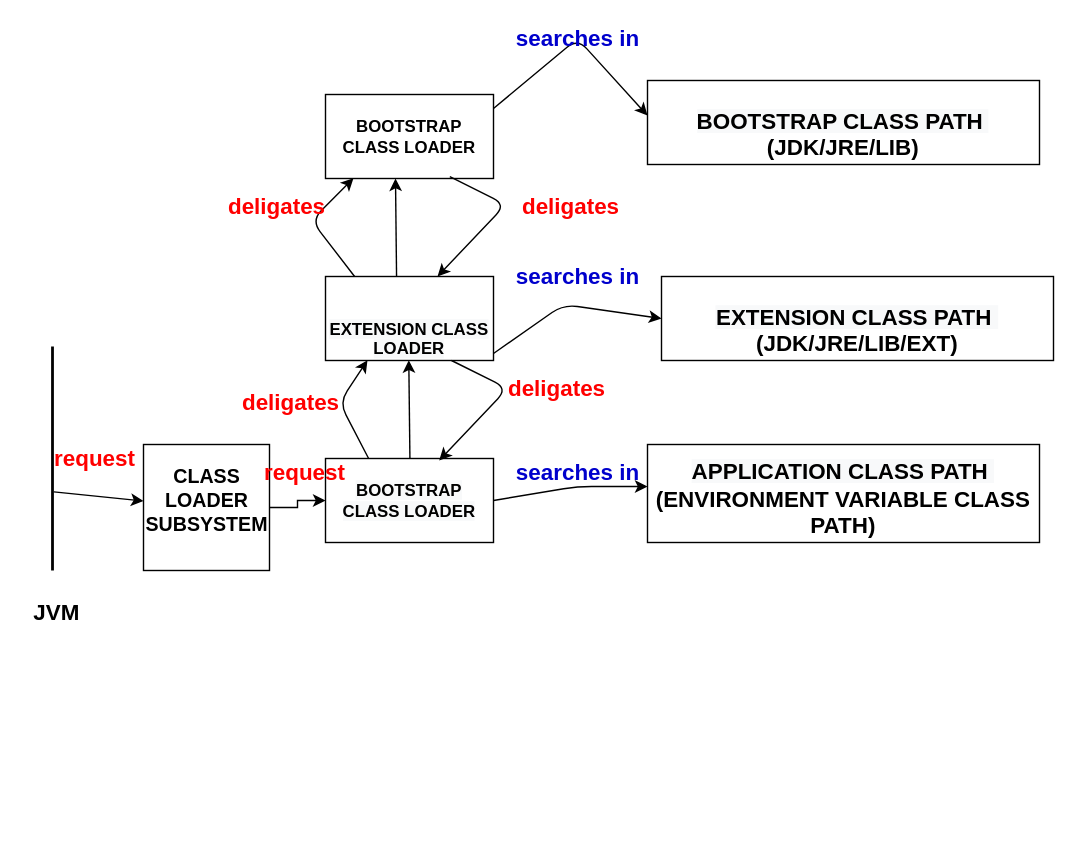
Earlier version of the draw.io diagram Untitled Diagram.drawio (tabassumarony/test). Source tidied: cells renumbered, new cells numbered last; positions are measured from the earlier drawing's top-left corner, leaving out a move shared by most shapes. Both pictures are drawn from the tidied source at 140%, with x=0, y=0 at pixel (24, 24).
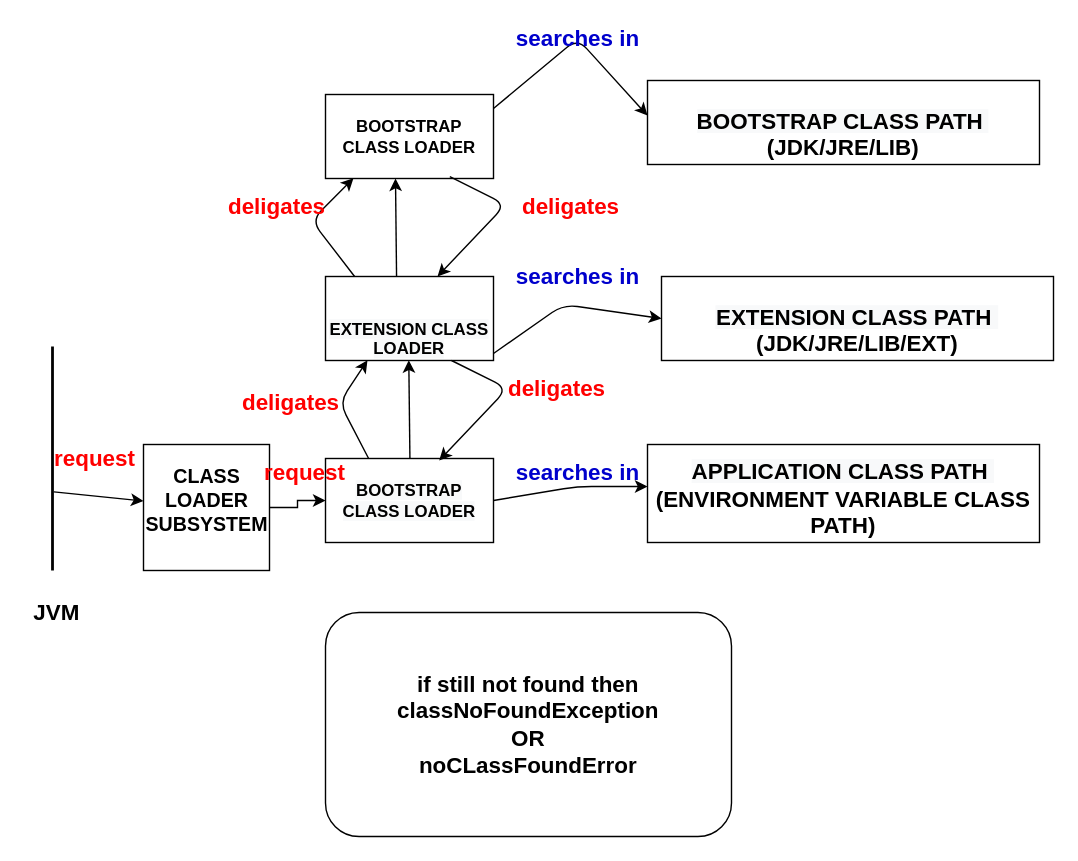
The same page after the edit.

Diff of the diagram source:
```diff
@@
+    <mxCell id="32" value="if still not found then&lt;br&gt;classNoFoundException&lt;br&gt;OR&lt;br&gt;noCLassFoundError" style="rounded=1;whiteSpace=wrap;html=1;fontSize=16;fontStyle=1;" parent="1" vertex="1">
+      <mxGeometry x="215" y="420" width="290" height="160" as="geometry" />
+    </mxCell>
```
